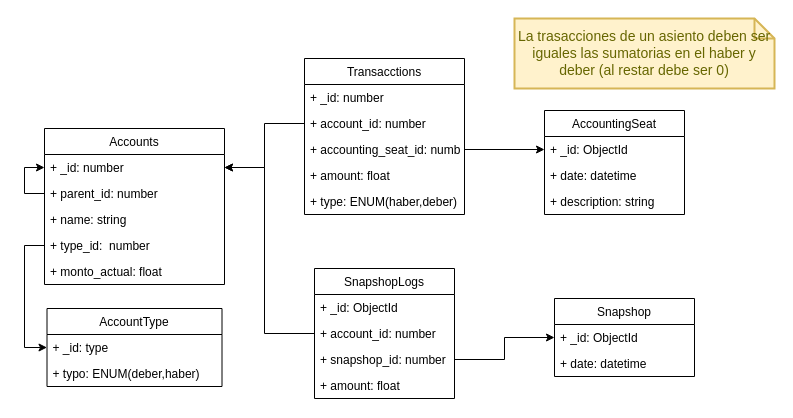
The draw.io diagram page "Diagrama de clases" (2 of 5) of assets/planning.drawio in jalex099/Contables, before the edit. Source tidied: cells renumbered, new cells numbered last; positions are measured from the earlier drawing's top-left corner, leaving out a move shared by most shapes. Both pictures are drawn from the tidied source at 100%, with x=0, y=0 at pixel (24, 18).
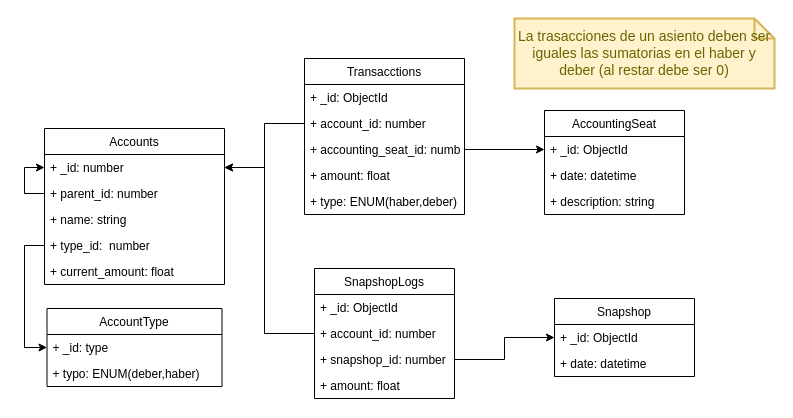
After the change.

The change refers to these unchanged cells:
```xml
<mxCell id="4" value="Accounts" style="swimlane;fontStyle=0;horizontal=1;startSize=26;fillColor=none;" parent="1" vertex="1">
  <mxGeometry x="20" y="110" width="180" height="156" as="geometry" />
</mxCell>
<mxCell id="11" value="Transacctions" style="swimlane;fontStyle=0;horizontal=1;startSize=26;fillColor=none;" parent="1" vertex="1">
  <mxGeometry x="280" y="40" width="160" height="156" as="geometry" />
</mxCell>
```

The edit, as a diff of the source:
```diff
@@
-    <mxCell id="9" value="+ monto_actual: float" style="text;strokeColor=none;fillColor=none;align=left;verticalAlign=top;spacingLeft=4;spacingRight=4;overflow=hidden;" parent="4" vertex="1">
+    <mxCell id="9" value="+ current_amount: float" style="text;strokeColor=none;fillColor=none;align=left;verticalAlign=top;spacingLeft=4;spacingRight=4;overflow=hidden;" parent="4" vertex="1">
       <mxGeometry y="130" width="180" height="26" as="geometry" />
     </mxCell>
@@
-    <mxCell id="12" value="+ _id: number" style="text;strokeColor=none;fillColor=none;align=left;verticalAlign=top;spacingLeft=4;spacingRight=4;overflow=hidden;" parent="11" vertex="1">
+    <mxCell id="12" value="+ _id: ObjectId" style="text;strokeColor=none;fillColor=none;align=left;verticalAlign=top;spacingLeft=4;spacingRight=4;overflow=hidden;" parent="11" vertex="1">
       <mxGeometry y="26" width="160" height="26" as="geometry" />
     </mxCell>
```
